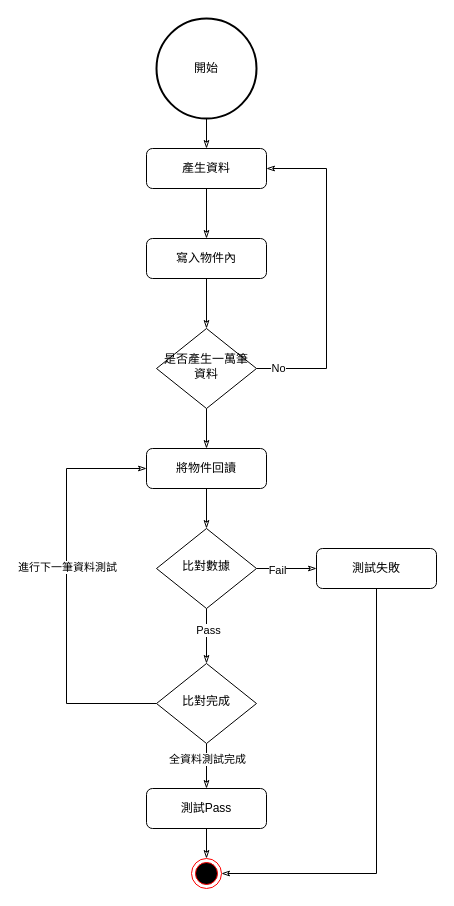
This is page "System Initialize" (1 of 10) of SG9KG5/UnitTest.drawio from Jasson-Chou/Software-Projects, a draw.io file, before an edit. Source tidied: cells renumbered, new cells numbered last; positions are measured from the earlier drawing's top-left corner, leaving out a move shared by most shapes. Both pictures are drawn from the tidied source at 100%, with x=0, y=0 at pixel (66, 18).
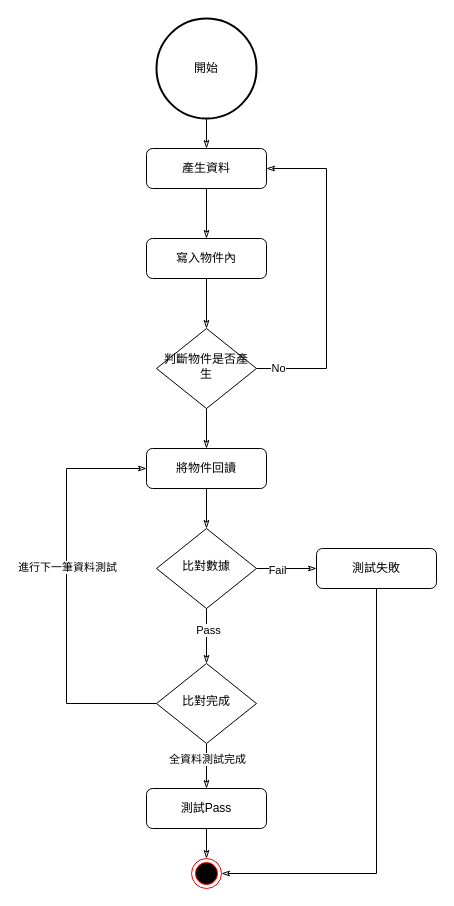
The same diagram, later.

The edit, as a diff of the source:
```diff
@@
-    <mxCell id="9" value="是否產生一萬筆資料" style="rhombus;whiteSpace=wrap;html=1;shadow=0;fontFamily=Helvetica;fontSize=12;align=center;strokeWidth=1;spacing=6;spacingTop=-4;" parent="1" vertex="1">
+    <mxCell id="9" value="判斷物件是否產生" style="rhombus;whiteSpace=wrap;html=1;shadow=0;fontFamily=Helvetica;fontSize=12;align=center;strokeWidth=1;spacing=6;spacingTop=-4;" parent="1" vertex="1">
       <mxGeometry x="90" y="310" width="100" height="80" as="geometry" />
     </mxCell>
```
